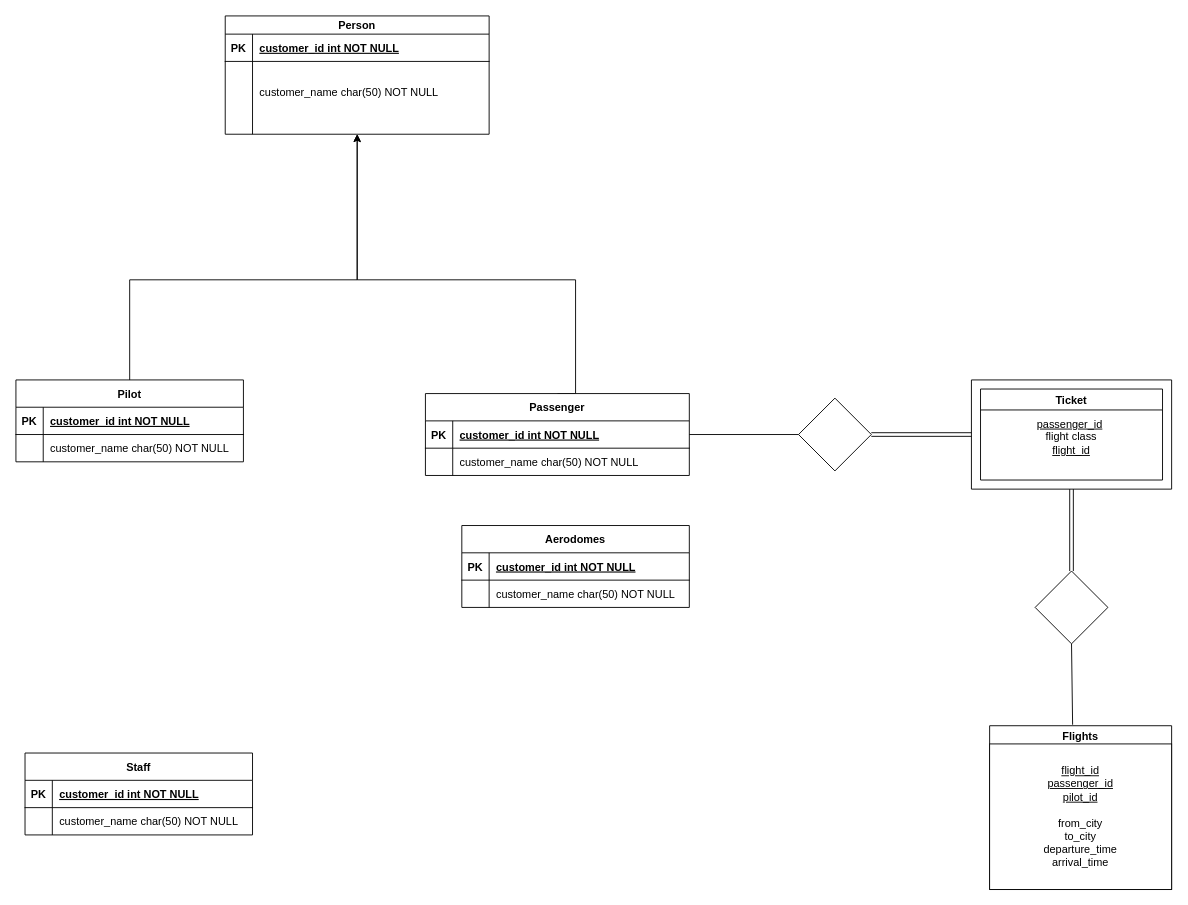
This is Database.drawio from adarsh-kishore786/IT252-Project, a draw.io file, before an edit. Source tidied: cells renumbered, new cells numbered last; positions are measured from the earlier drawing's top-left corner, leaving out a move shared by most shapes. Both pictures are drawn from the tidied source at 91%, with x=0, y=0 at pixel (15, 15).
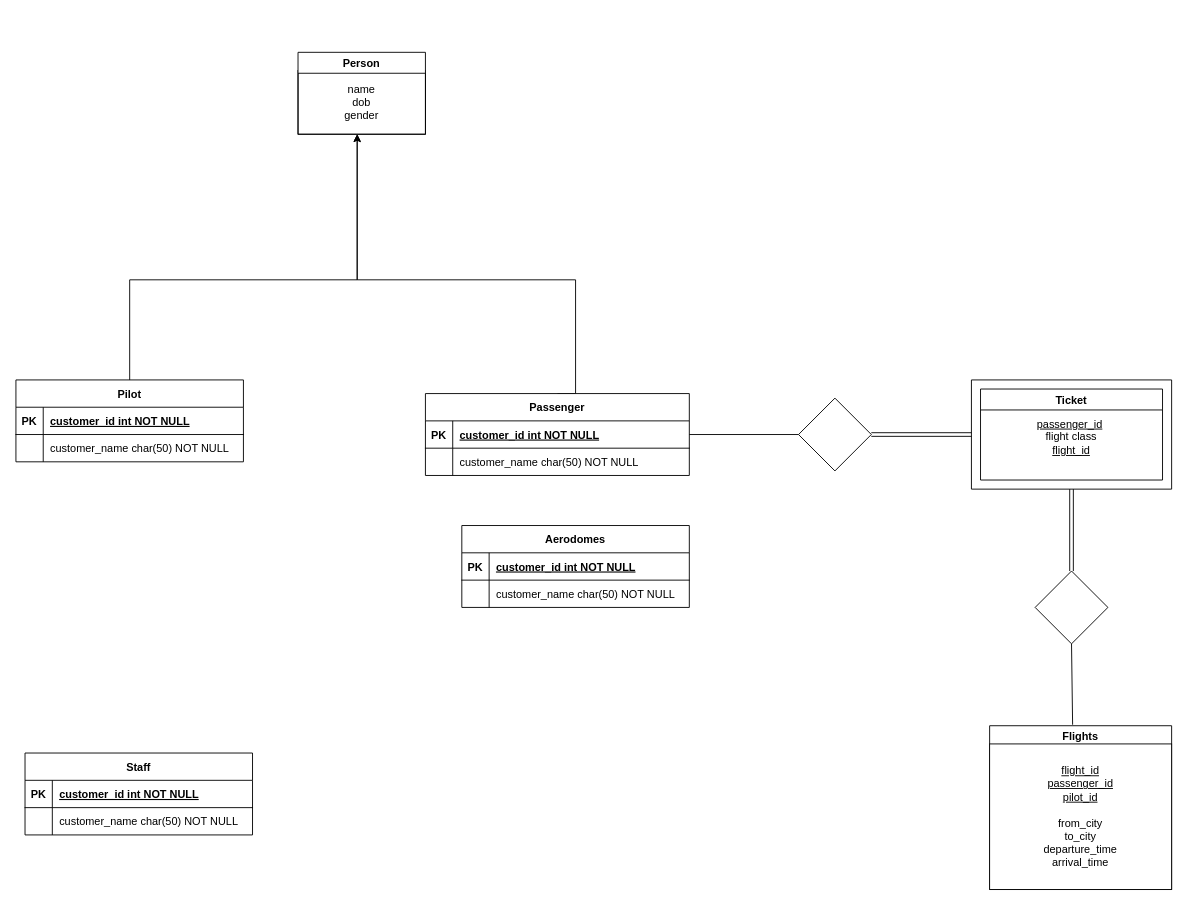
The same diagram, later.

Commit message:
Make Person entity

Unchanged cells that the change refers to:
```xml
<mxCell id="3" value="Pilot" style="shape=table;startSize=30;childLayout=tableLayout;rowLines=0;fontStyle=1;align=center;" parent="1" vertex="1">
  <mxGeometry y="400" width="250" height="90" as="geometry" />
</mxCell>
<mxCell id="11" value="Passenger" style="shape=table;startSize=30;childLayout=tableLayout;rowLines=0;fontStyle=1;align=center;" parent="1" vertex="1">
  <mxGeometry x="450" y="415" width="290" height="90" as="geometry" />
</mxCell>
```

Change to the diagram source:
```diff
@@
-    <mxCell id="2" style="edgeStyle=orthogonalEdgeStyle;rounded=0;jettySize=auto;html=1;exitX=0.5;exitY=0;exitDx=0;exitDy=0;entryX=0.5;entryY=1;entryDx=0;entryDy=0;" parent="1" edge="1" source="3" target="18">
+    <mxCell id="2" style="edgeStyle=orthogonalEdgeStyle;rounded=0;jettySize=auto;html=1;exitX=0.5;exitY=0;exitDx=0;exitDy=0;entryX=0.5;entryY=1;entryDx=0;entryDy=0;" parent="1" edge="1" source="3">
       <mxGeometry relative="1" as="geometry">
+        <mxPoint x="375" y="130" as="targetPoint" />
         <Array as="points">
           <mxPoint x="125" y="290" />
           <mxPoint x="375" y="290" />
         </Array>
       </mxGeometry>
     </mxCell>
@@
-    <mxCell id="10" style="edgeStyle=orthogonalEdgeStyle;rounded=0;jettySize=auto;html=1;exitX=0.5;exitY=0;exitDx=0;exitDy=0;entryX=0.5;entryY=1;entryDx=0;entryDy=0;" parent="1" edge="1" source="11" target="18">
+    <mxCell id="10" style="edgeStyle=orthogonalEdgeStyle;rounded=0;jettySize=auto;html=1;exitX=0.5;exitY=0;exitDx=0;exitDy=0;entryX=0.5;entryY=1;entryDx=0;entryDy=0;" parent="1" edge="1" source="11">
       <mxGeometry relative="1" as="geometry">
+        <mxPoint x="375" y="130" as="targetPoint" />
         <Array as="points">
           <mxPoint x="615" y="290" />
           <mxPoint x="375" y="290" />
         </Array>
       </mxGeometry>
     </mxCell>
@@
-    <mxCell id="18" value="Person" style="shape=table;startSize=20;childLayout=tableLayout;rowLines=0;fontStyle=1;align=center;" parent="1" vertex="1">
-      <mxGeometry x="230" width="290" height="130" as="geometry" />
-    </mxCell>
-    <mxCell id="19" style="shape=partialRectangle;fillColor=none;top=0;left=0;right=0;bottom=1;" parent="18" vertex="1">
-      <mxGeometry y="20" width="290" height="30" as="geometry" />
-    </mxCell>
-    <mxCell id="20" value="PK" style="shape=partialRectangle;overflow=hidden;fillColor=none;top=0;left=0;bottom=0;right=0;fontStyle=1;" parent="19" vertex="1">
-      <mxGeometry width="30" height="30" as="geometry" />
-    </mxCell>
-    <mxCell id="21" value="customer_id int NOT NULL " style="shape=partialRectangle;overflow=hidden;fillColor=none;top=0;left=0;bottom=0;right=0;align=left;spacingLeft=6;fontStyle=5;" parent="19" vertex="1">
-      <mxGeometry x="30" width="260" height="30" as="geometry" />
-    </mxCell>
-    <mxCell id="22" style="shape=partialRectangle;fillColor=none;top=0;left=0;right=0;bottom=0;" parent="18" vertex="1">
-      <mxGeometry y="50" width="290" height="80" as="geometry" />
-    </mxCell>
-    <mxCell id="23" style="shape=partialRectangle;overflow=hidden;fillColor=none;top=0;left=0;bottom=0;right=0;" parent="22" vertex="1">
-      <mxGeometry width="30" height="80" as="geometry" />
-    </mxCell>
-    <mxCell id="24" value="customer_name char(50) NOT NULL&#10;" style="shape=partialRectangle;overflow=hidden;fillColor=none;top=0;left=0;bottom=0;right=0;align=left;spacingLeft=6;" parent="22" vertex="1">
-      <mxGeometry x="30" width="260" height="80" as="geometry" />
-    </mxCell>
@@
+    <mxCell id="50" value="name&lt;br&gt;dob&lt;br&gt;gender" style="rounded=0;whiteSpace=wrap;html=1;" parent="1" vertex="1">
+      <mxGeometry x="310" y="60" width="140" height="70" as="geometry" />
+    </mxCell>
+    <mxCell id="18" value="Person" style="swimlane;" parent="1" vertex="1">
+      <mxGeometry x="310" y="40" width="140" height="90" as="geometry" />
+    </mxCell>
```
